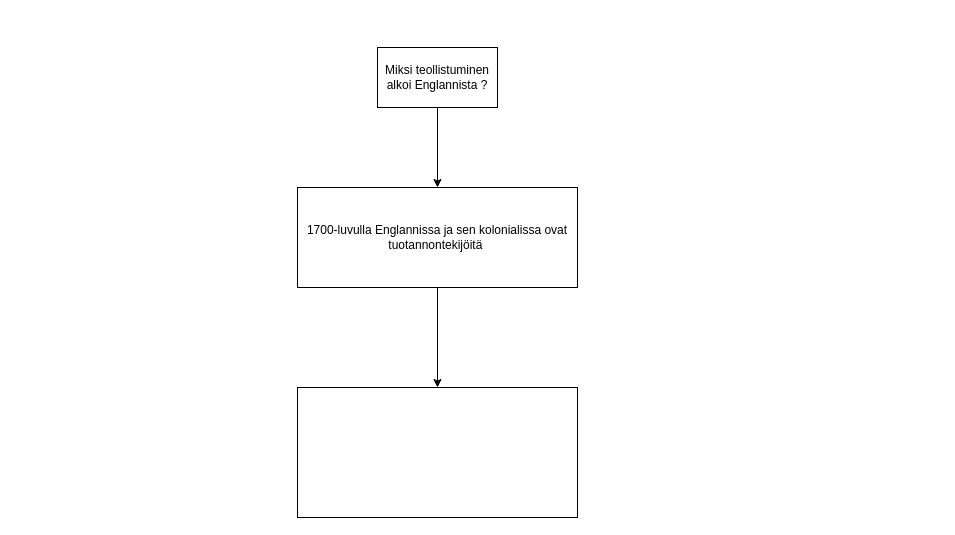
This is Teollistuminen Englannissa.drawio from LuanDaSamuel/History-mindmap, a draw.io file, before an edit. Source tidied: cells renumbered, new cells numbered last; positions are measured from the earlier drawing's top-left corner, leaving out a move shared by most shapes. Both pictures are drawn from the tidied source at 100%, with x=0, y=0 at pixel (297, 47).
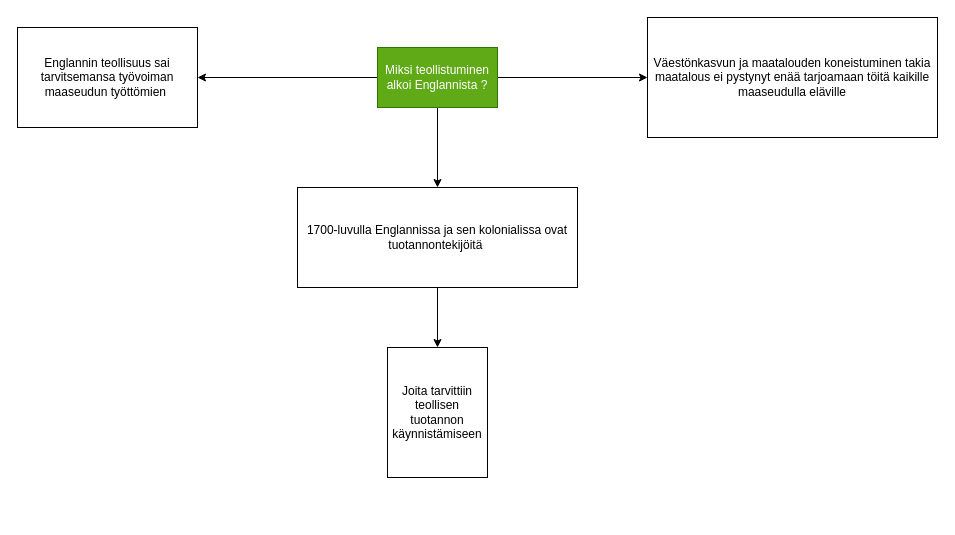
After the change.

The edit, as a diff of the source:
```diff
@@
 <mxGraphModel>
   <root>
     <mxCell id="0" />
     <mxCell id="1" parent="0" />
     <mxCell id="2" style="edgeStyle=orthogonalEdgeStyle;rounded=0;jettySize=auto;html=1;" parent="1" edge="1" source="3" target="5">
       <mxGeometry relative="1" as="geometry" />
     </mxCell>
+    <mxCell id="7" style="edgeStyle=orthogonalEdgeStyle;rounded=0;jettySize=auto;html=1;" parent="1" edge="1" source="3" target="9">
+      <mxGeometry relative="1" as="geometry" />
+    </mxCell>
+    <mxCell id="8" style="edgeStyle=orthogonalEdgeStyle;rounded=0;jettySize=auto;html=1;" parent="1" edge="1" source="3" target="10">
+      <mxGeometry relative="1" as="geometry" />
+    </mxCell>
-    <mxCell id="3" value="Miksi teollistuminen alkoi Englannista ?" style="rounded=0;whiteSpace=wrap;html=1;" parent="1" vertex="1">
+    <mxCell id="3" value="Miksi teollistuminen alkoi Englannista ?" style="rounded=0;whiteSpace=wrap;html=1;fillColor=#60a917;fontColor=#ffffff;strokeColor=#2D7600;" parent="1" vertex="1">
       <mxGeometry x="80" width="120" height="60" as="geometry" />
     </mxCell>
     <mxCell id="4" style="edgeStyle=orthogonalEdgeStyle;rounded=0;jettySize=auto;html=1;" parent="1" edge="1" source="5" target="6">
       <mxGeometry relative="1" as="geometry" />
     </mxCell>
     <mxCell id="5" value="1700-luvulla Englannissa ja sen kolonialissa ovat tuotannontekijöitä&amp;nbsp;" style="whiteSpace=wrap;html=1;rounded=0;" parent="1" vertex="1">
       <mxGeometry y="140" width="280" height="100" as="geometry" />
     </mxCell>
-    <mxCell id="6" style="rounded=0;whiteSpace=wrap;html=1;" parent="1" vertex="1">
-      <mxGeometry y="340" width="280" height="130" as="geometry" />
+    <mxCell id="6" value="Joita tarvittiin teollisen tuotannon käynnistämiseen" style="rounded=0;whiteSpace=wrap;html=1;" parent="1" vertex="1">
+      <mxGeometry x="90" y="300" width="100" height="130" as="geometry" />
     </mxCell>
+    <mxCell id="9" value="Väestönkasvun ja maatalouden koneistuminen takia maatalous ei pystynyt enää tarjoamaan töitä kaikille maaseudulla eläville" style="rounded=0;whiteSpace=wrap;html=1;" parent="1" vertex="1">
+      <mxGeometry x="350" y="-30" width="290" height="120" as="geometry" />
+    </mxCell>
+    <mxCell id="10" value="Englannin teollisuus sai tarvitsemansa työvoiman maaseudun työttömien&amp;nbsp;" style="whiteSpace=wrap;html=1;rounded=0;" parent="1" vertex="1">
+      <mxGeometry x="-280" y="-20" width="180" height="100" as="geometry" />
+    </mxCell>
   </root>
 </mxGraphModel>
```
